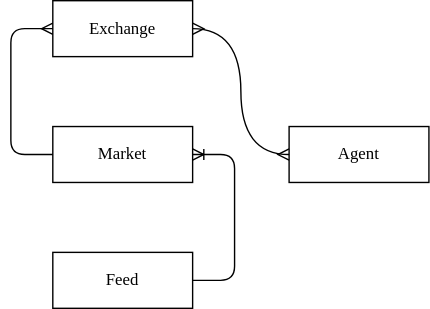
This is designDocs/images/exchange_market_relationship.svg from Chr1sC0de/Nibbler, a draw.io export, as it was before one commit. Source tidied: cells renumbered, new cells last; positions are measured from the earlier drawing's top-left corner, leaving out a move shared by most shapes. The source it was exported from:
```xml
<mxGraphModel>
  <root>
    <mxCell id="0" />
    <mxCell id="1" parent="0" />
    <mxCell id="2" value="Exchange" style="whiteSpace=wrap;html=1;align=center;fontFamily=Times New Roman;" parent="1" vertex="1">
      <mxGeometry x="30" width="100" height="40" as="geometry" />
    </mxCell>
    <mxCell id="3" value="Market" style="whiteSpace=wrap;html=1;align=center;fontFamily=Times New Roman;" parent="1" vertex="1">
      <mxGeometry x="30" y="90" width="100" height="40" as="geometry" />
    </mxCell>
    <mxCell id="4" value="Feed" style="whiteSpace=wrap;html=1;align=center;fontFamily=Times New Roman;" parent="1" vertex="1">
      <mxGeometry x="30" y="180" width="100" height="40" as="geometry" />
    </mxCell>
    <mxCell id="5" style="edgeStyle=entityRelationEdgeStyle;fontSize=12;html=1;endArrow=ERoneToMany;fontFamily=Times New Roman;" parent="1" edge="1" source="4" target="3">
      <mxGeometry relative="1" as="geometry" />
    </mxCell>
    <mxCell id="6" style="edgeStyle=elbowEdgeStyle;fontSize=12;html=1;endArrow=ERmany;entryX=0;entryY=0.5;entryDx=0;entryDy=0;fontFamily=Times New Roman;" parent="1" edge="1" target="2">
      <mxGeometry relative="1" as="geometry">
        <mxPoint x="30" y="110" as="sourcePoint" />
        <Array as="points">
          <mxPoint y="40" />
        </Array>
      </mxGeometry>
    </mxCell>
    <mxCell id="7" value="Agent" style="whiteSpace=wrap;html=1;align=center;fontFamily=Times New Roman;" parent="1" vertex="1">
      <mxGeometry x="199" y="90" width="100" height="40" as="geometry" />
    </mxCell>
    <mxCell id="8" style="edgeStyle=orthogonalEdgeStyle;fontSize=12;html=1;endArrow=ERmany;startArrow=ERmany;entryX=1;entryY=0.5;entryDx=0;entryDy=0;exitX=0;exitY=0.5;exitDx=0;exitDy=0;curved=1;fontFamily=Times New Roman;" parent="1" edge="1" source="7" target="2">
      <mxGeometry relative="1" as="geometry" />
    </mxCell>
  </root>
</mxGraphModel>
```
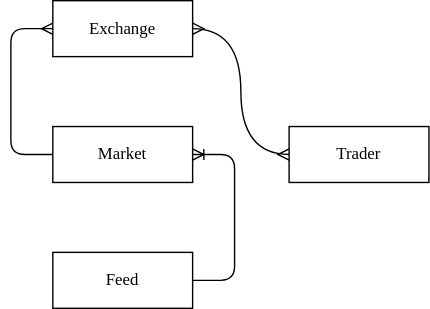
Above is the later version.

Change to the diagram source:
```diff
@@ -22,7 +22,7 @@
         </Array>
       </mxGeometry>
     </mxCell>
-    <mxCell id="7" value="Agent" style="whiteSpace=wrap;html=1;align=center;fontFamily=Times New Roman;" parent="1" vertex="1">
+    <mxCell id="7" value="Trader" style="whiteSpace=wrap;html=1;align=center;fontFamily=Times New Roman;" parent="1" vertex="1">
       <mxGeometry x="199" y="90" width="100" height="40" as="geometry" />
     </mxCell>
     <mxCell id="8" style="edgeStyle=orthogonalEdgeStyle;fontSize=12;html=1;endArrow=ERmany;startArrow=ERmany;entryX=1;entryY=0.5;entryDx=0;entryDy=0;exitX=0;exitY=0.5;exitDx=0;exitDy=0;curved=1;fontFamily=Times New Roman;" parent="1" edge="1" source="7" target="2">
```
